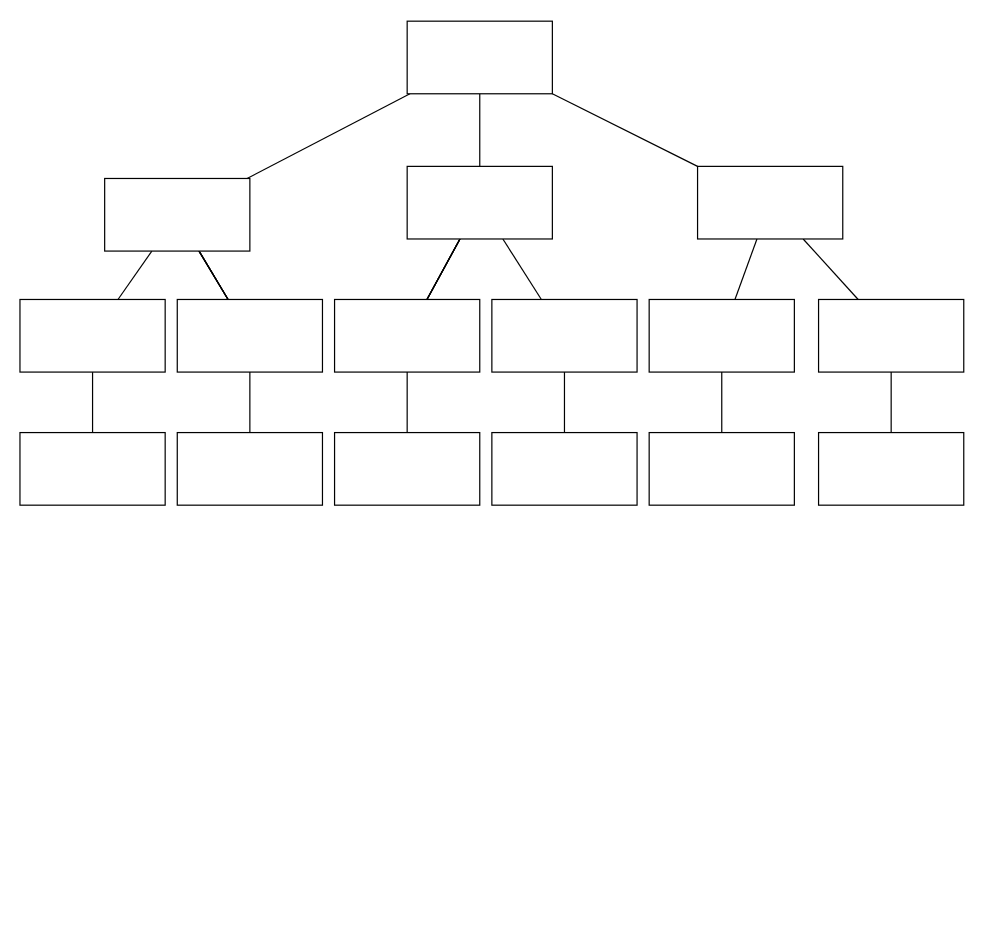
Before: AttackTree_Spoofing_Jayden.drawio in Team-5-Antisocials/Threat-model-CoronaMelder-application, a draw.io diagram. Source tidied: cells renumbered, new cells numbered last; positions are measured from the earlier drawing's top-left corner, leaving out a move shared by most shapes. Both pictures are drawn from the tidied source at 121%, with x=0, y=0 at pixel (19, 21).
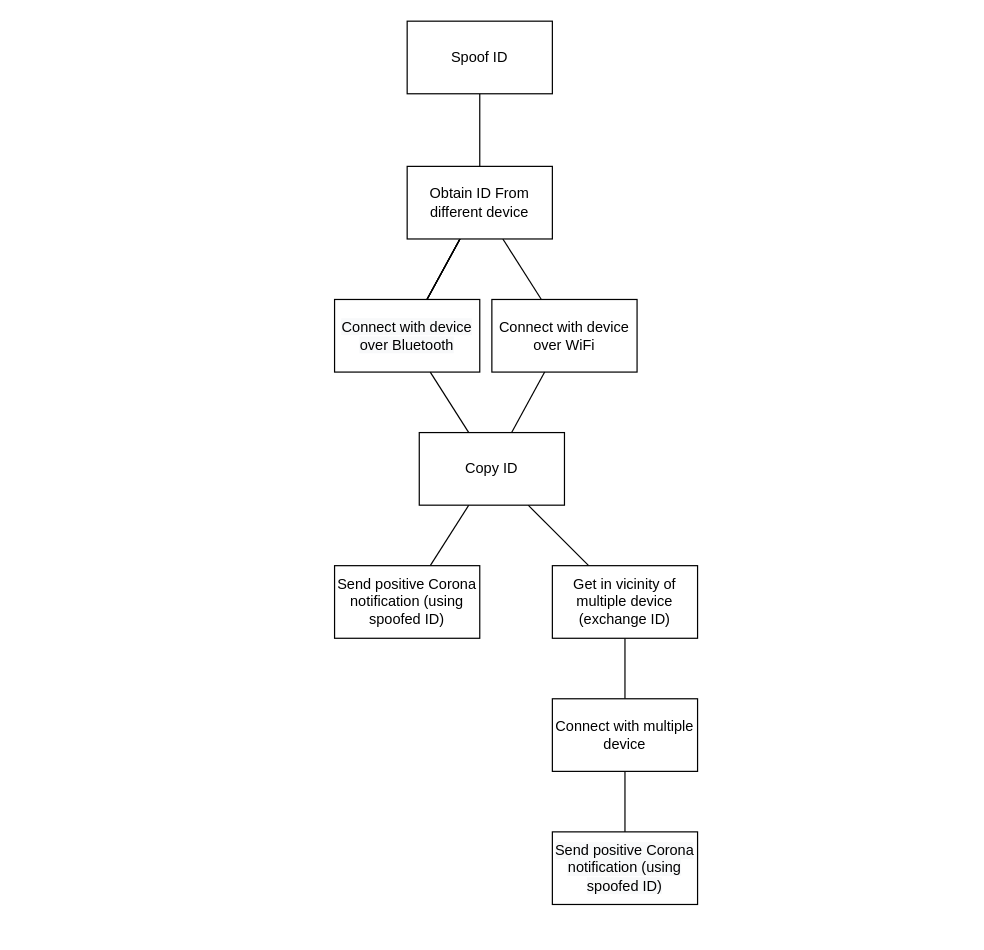
Above is the later version.

Change to the diagram source:
```diff
@@
-    <mxCell id="2" style="edgeStyle=none;rounded=0;jettySize=auto;html=1;endArrow=none;endFill=0;" parent="1" edge="1" source="5" target="11">
-      <mxGeometry relative="1" as="geometry" />
-    </mxCell>
@@
-    <mxCell id="4" style="edgeStyle=none;rounded=0;jettySize=auto;html=1;endArrow=none;endFill=0;" parent="1" edge="1" source="5" target="20">
-      <mxGeometry relative="1" as="geometry" />
-    </mxCell>
-    <mxCell id="5" style="rounded=0;whiteSpace=wrap;html=1;" parent="1" vertex="1">
+    <mxCell id="5" value="Spoof ID" style="rounded=0;whiteSpace=wrap;html=1;" parent="1" vertex="1">
       <mxGeometry x="320" width="120" height="60" as="geometry" />
     </mxCell>
-    <mxCell id="6" style="edgeStyle=none;rounded=0;jettySize=auto;html=1;endArrow=none;endFill=0;" parent="1" edge="1" source="11" target="21">
-      <mxGeometry relative="1" as="geometry" />
-    </mxCell>
-    <mxCell id="7" style="edgeStyle=none;rounded=0;jettySize=auto;html=1;endArrow=none;endFill=0;" parent="1" edge="1" source="11" target="21">
-      <mxGeometry relative="1" as="geometry" />
-    </mxCell>
-    <mxCell id="8" style="edgeStyle=none;rounded=0;jettySize=auto;html=1;endArrow=none;endFill=0;" parent="1" edge="1" source="11" target="21">
-      <mxGeometry relative="1" as="geometry" />
-    </mxCell>
-    <mxCell id="9" style="edgeStyle=none;rounded=0;jettySize=auto;html=1;endArrow=none;endFill=0;" parent="1" edge="1" source="11" target="21">
-      <mxGeometry relative="1" as="geometry" />
-    </mxCell>
-    <mxCell id="10" style="edgeStyle=none;rounded=0;jettySize=auto;html=1;endArrow=none;endFill=0;" parent="1" edge="1" source="11" target="25">
-      <mxGeometry relative="1" as="geometry" />
-    </mxCell>
-    <mxCell id="11" style="rounded=0;whiteSpace=wrap;html=1;" parent="1" vertex="1">
-      <mxGeometry x="70" y="130" width="120" height="60" as="geometry" />
-    </mxCell>
@@
-    <mxCell id="17" style="rounded=0;whiteSpace=wrap;html=1;" parent="1" vertex="1">
+    <mxCell id="17" value="Obtain ID From different device" style="rounded=0;whiteSpace=wrap;html=1;" parent="1" vertex="1">
       <mxGeometry x="320" y="120" width="120" height="60" as="geometry" />
     </mxCell>
-    <mxCell id="18" style="edgeStyle=none;rounded=0;jettySize=auto;html=1;endArrow=none;endFill=0;" parent="1" edge="1" source="20" target="26">
-      <mxGeometry relative="1" as="geometry" />
-    </mxCell>
-    <mxCell id="19" style="edgeStyle=none;rounded=0;jettySize=auto;html=1;endArrow=none;endFill=0;" parent="1" edge="1" source="20" target="27">
-      <mxGeometry relative="1" as="geometry" />
-    </mxCell>
-    <mxCell id="20" style="rounded=0;whiteSpace=wrap;html=1;" parent="1" vertex="1">
-      <mxGeometry x="560" y="120" width="120" height="60" as="geometry" />
-    </mxCell>
-    <mxCell id="21" style="rounded=0;whiteSpace=wrap;html=1;" parent="1" vertex="1">
-      <mxGeometry x="130" y="230" width="120" height="60" as="geometry" />
-    </mxCell>
-    <mxCell id="22" style="rounded=0;whiteSpace=wrap;html=1;" parent="1" vertex="1">
+    <mxCell id="22" value="&lt;span style=&quot;color: rgb(0 , 0 , 0) ; font-family: &amp;#34;helvetica&amp;#34; ; font-size: 12px ; font-style: normal ; font-weight: 400 ; letter-spacing: normal ; text-align: center ; text-indent: 0px ; text-transform: none ; word-spacing: 0px ; background-color: rgb(248 , 249 , 250) ; display: inline ; float: none&quot;&gt;Connect with device over Bluetooth&lt;/span&gt;" style="rounded=0;whiteSpace=wrap;html=1;" parent="1" vertex="1">
       <mxGeometry x="260" y="230" width="120" height="60" as="geometry" />
     </mxCell>
-    <mxCell id="23" style="rounded=0;whiteSpace=wrap;html=1;" parent="1" vertex="1">
+    <mxCell id="23" value="Connect with device over WiFi" style="rounded=0;whiteSpace=wrap;html=1;" parent="1" vertex="1">
       <mxGeometry x="390" y="230" width="120" height="60" as="geometry" />
     </mxCell>
-    <mxCell id="24" style="edgeStyle=none;rounded=0;jettySize=auto;html=1;endArrow=none;endFill=0;" parent="1" edge="1" source="25" target="28">
-      <mxGeometry relative="1" as="geometry" />
-    </mxCell>
-    <mxCell id="25" style="rounded=0;whiteSpace=wrap;html=1;" parent="1" vertex="1">
-      <mxGeometry y="230" width="120" height="60" as="geometry" />
-    </mxCell>
-    <mxCell id="26" style="whiteSpace=wrap;html=1;rounded=0;" parent="1" vertex="1">
-      <mxGeometry x="660" y="230" width="120" height="60" as="geometry" />
-    </mxCell>
-    <mxCell id="27" style="rounded=0;whiteSpace=wrap;html=1;" parent="1" vertex="1">
-      <mxGeometry x="520" y="230" width="120" height="60" as="geometry" />
-    </mxCell>
-    <mxCell id="28" style="rounded=0;whiteSpace=wrap;html=1;" parent="1" vertex="1">
-      <mxGeometry y="340" width="120" height="60" as="geometry" />
-    </mxCell>
-    <mxCell id="29" style="edgeStyle=none;rounded=0;jettySize=auto;html=1;endArrow=none;endFill=0;" parent="1" edge="1" source="30" target="21">
-      <mxGeometry relative="1" as="geometry" />
-    </mxCell>
-    <mxCell id="30" style="rounded=0;whiteSpace=wrap;html=1;" parent="1" vertex="1">
-      <mxGeometry x="130" y="340" width="120" height="60" as="geometry" />
-    </mxCell>
-    <mxCell id="31" style="edgeStyle=none;rounded=0;jettySize=auto;html=1;endArrow=none;endFill=0;" parent="1" edge="1" source="32" target="22">
-      <mxGeometry relative="1" as="geometry" />
-    </mxCell>
-    <mxCell id="32" style="rounded=0;whiteSpace=wrap;html=1;" parent="1" vertex="1">
-      <mxGeometry x="260" y="340" width="120" height="60" as="geometry" />
-    </mxCell>
@@
+    <mxCell id="39" style="rounded=0;jettySize=auto;html=1;endArrow=none;endFill=0;" parent="1" edge="1" source="34" target="22">
+      <mxGeometry relative="1" as="geometry" />
+    </mxCell>
+    <mxCell id="40" style="edgeStyle=none;rounded=0;jettySize=auto;html=1;endArrow=none;endFill=0;" parent="1" edge="1" source="34" target="43">
+      <mxGeometry relative="1" as="geometry" />
+    </mxCell>
+    <mxCell id="41" style="edgeStyle=none;rounded=0;jettySize=auto;html=1;endArrow=none;endFill=0;" parent="1" edge="1" source="34" target="46">
+      <mxGeometry relative="1" as="geometry" />
+    </mxCell>
-    <mxCell id="34" style="rounded=0;whiteSpace=wrap;html=1;" parent="1" vertex="1">
-      <mxGeometry x="390" y="340" width="120" height="60" as="geometry" />
+    <mxCell id="34" value="Copy ID" style="rounded=0;whiteSpace=wrap;html=1;" parent="1" vertex="1">
+      <mxGeometry x="330" y="340" width="120" height="60" as="geometry" />
     </mxCell>
-    <mxCell id="35" style="edgeStyle=none;rounded=0;jettySize=auto;html=1;endArrow=none;endFill=0;" parent="1" edge="1" source="36" target="27">
-      <mxGeometry relative="1" as="geometry" />
-    </mxCell>
-    <mxCell id="36" style="rounded=0;whiteSpace=wrap;html=1;" parent="1" vertex="1">
-      <mxGeometry x="520" y="340" width="120" height="60" as="geometry" />
-    </mxCell>
-    <mxCell id="37" style="edgeStyle=none;rounded=0;jettySize=auto;html=1;endArrow=none;endFill=0;" parent="1" edge="1" source="38" target="26">
-      <mxGeometry relative="1" as="geometry" />
-    </mxCell>
-    <mxCell id="38" style="rounded=0;whiteSpace=wrap;html=1;" parent="1" vertex="1">
-      <mxGeometry x="660" y="340" width="120" height="60" as="geometry" />
-    </mxCell>
+    <mxCell id="42" style="edgeStyle=none;rounded=0;jettySize=auto;html=1;endArrow=none;endFill=0;" parent="1" edge="1" source="43" target="45">
+      <mxGeometry relative="1" as="geometry" />
+    </mxCell>
+    <mxCell id="43" value="Get in vicinity of multiple device (exchange ID)" style="rounded=0;whiteSpace=wrap;html=1;" parent="1" vertex="1">
+      <mxGeometry x="440" y="450" width="120" height="60" as="geometry" />
+    </mxCell>
+    <mxCell id="44" style="edgeStyle=none;rounded=0;jettySize=auto;html=1;endArrow=none;endFill=0;" parent="1" edge="1" source="45" target="47">
+      <mxGeometry relative="1" as="geometry" />
+    </mxCell>
+    <mxCell id="45" value="Connect with multiple device" style="rounded=0;whiteSpace=wrap;html=1;" parent="1" vertex="1">
+      <mxGeometry x="440" y="560" width="120" height="60" as="geometry" />
+    </mxCell>
+    <mxCell id="46" value="Send positive Corona notification (using spoofed ID)" style="rounded=0;whiteSpace=wrap;html=1;" parent="1" vertex="1">
+      <mxGeometry x="260" y="450" width="120" height="60" as="geometry" />
+    </mxCell>
+    <mxCell id="47" value="&#10;&#10;&lt;span style=&quot;color: rgb(0, 0, 0); font-family: helvetica; font-size: 12px; font-style: normal; font-weight: 400; letter-spacing: normal; text-align: center; text-indent: 0px; text-transform: none; word-spacing: 0px; background-color: rgb(248, 249, 250); display: inline; float: none;&quot;&gt;Send positive Corona notification (using spoofed ID)&lt;/span&gt;&#10;&#10;" style="rounded=0;whiteSpace=wrap;html=1;" parent="1" vertex="1">
+      <mxGeometry x="440" y="670" width="120" height="60" as="geometry" />
+    </mxCell>
```
